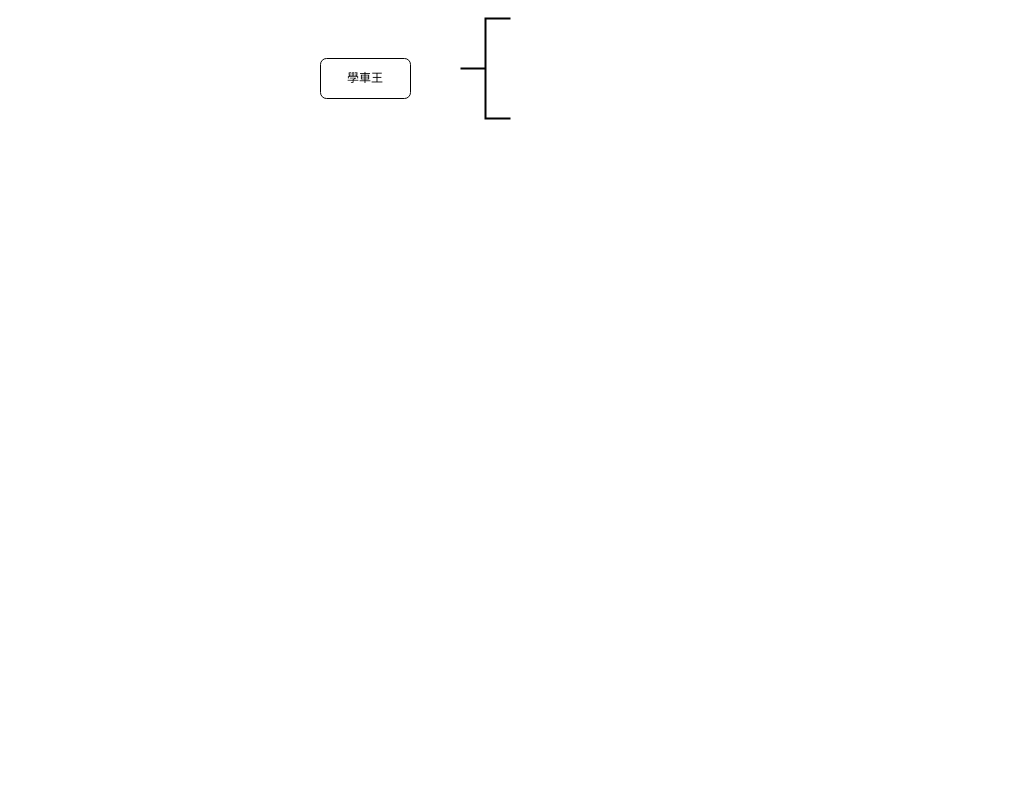
This is Lemongene.drawio from yushanzi/hello-world, a draw.io file, before an edit. Source tidied: cells renumbered, new cells numbered last; positions are measured from the earlier drawing's top-left corner, leaving out a move shared by most shapes. Both pictures are drawn from the tidied source at 100%, with x=0, y=0 at pixel (320, 18).
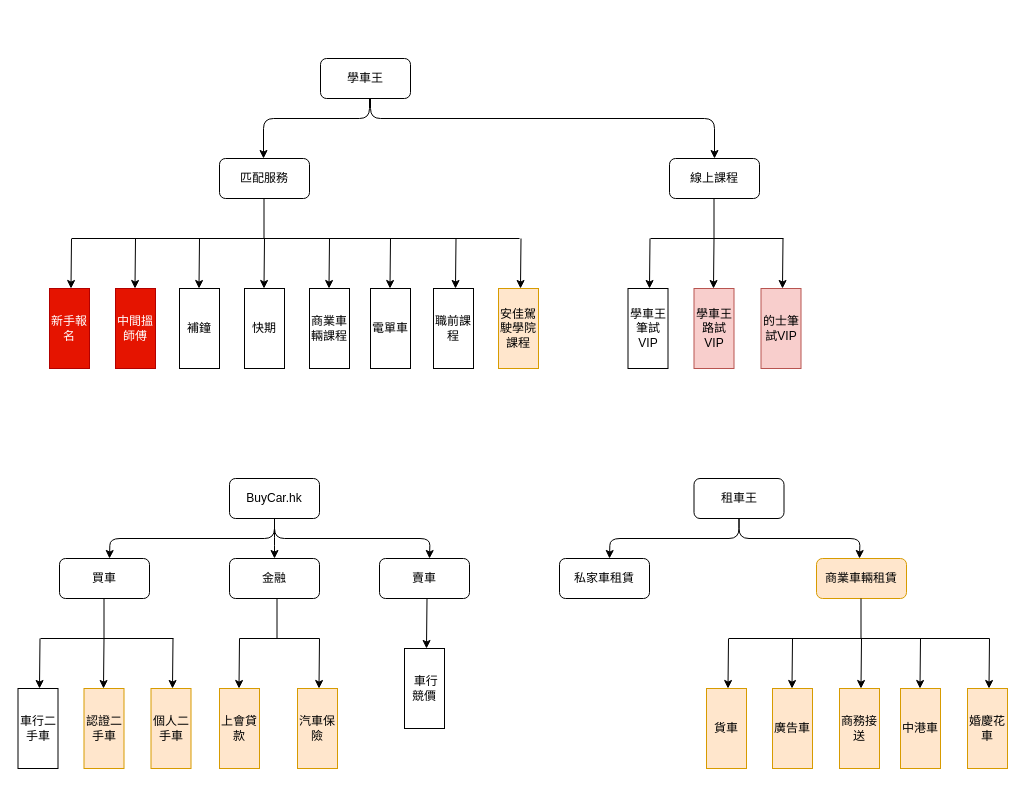
The same page after the edit.

What changed in the source:
```diff
@@
+    <mxCell id="4" style="edgeStyle=orthogonalEdgeStyle;curved=0;rounded=1;sketch=0;orthogonalLoop=1;jettySize=auto;html=1;exitX=0.5;exitY=1;exitDx=0;exitDy=0;strokeColor=#000000;" parent="1" edge="1">
+      <mxGeometry relative="1" as="geometry">
+        <mxPoint x="49" y="80" as="sourcePoint" />
+        <mxPoint x="-57" y="140" as="targetPoint" />
+        <Array as="points">
+          <mxPoint x="49" y="100" />
+          <mxPoint x="-57" y="100" />
+        </Array>
+      </mxGeometry>
+    </mxCell>
+    <mxCell id="5" style="edgeStyle=orthogonalEdgeStyle;curved=0;rounded=1;sketch=0;jettySize=auto;html=1;exitX=0.5;exitY=1;exitDx=0;exitDy=0;strokeColor=#000000;entryX=0.5;entryY=0;entryDx=0;entryDy=0;" parent="1" edge="1" target="23">
+      <mxGeometry relative="1" as="geometry">
+        <mxPoint x="50" y="80" as="sourcePoint" />
+        <Array as="points">
+          <mxPoint x="50" y="100" />
+          <mxPoint x="394" y="100" />
+        </Array>
+      </mxGeometry>
+    </mxCell>
@@
-    <mxCell id="3" style="strokeWidth=2;html=1;shape=mxgraph.flowchart.annotation_2;align=left;labelPosition=right;rotation=0;labelBackgroundColor=none;labelBorderColor=none;" parent="1" vertex="1">
-      <mxGeometry x="140" width="50" height="100" as="geometry" />
-    </mxCell>
+    <mxCell id="6" style="endArrow=none;html=1;" parent="1" edge="1">
+      <mxGeometry relative="1" as="geometry">
+        <mxPoint x="199" y="220" as="sourcePoint" />
+        <mxPoint x="-248.5" y="220" as="targetPoint" />
+      </mxGeometry>
+    </mxCell>
+    <mxCell id="7" value="新手報名" style="rounded=0;whiteSpace=wrap;html=1;shadow=0;labelBackgroundColor=none;sketch=0;direction=north;fillColor=#e51400;strokeColor=#B20000;fontColor=#ffffff;" parent="1" vertex="1">
+      <mxGeometry x="-271" y="270" width="40" height="80" as="geometry" />
+    </mxCell>
+    <mxCell id="8" value="中間搵師傅" style="rounded=0;whiteSpace=wrap;html=1;shadow=0;labelBackgroundColor=none;sketch=0;direction=north;fillColor=#e51400;strokeColor=#B20000;fontColor=#ffffff;" parent="1" vertex="1">
+      <mxGeometry x="-205" y="270" width="40" height="80" as="geometry" />
+    </mxCell>
+    <mxCell id="9" value="補鐘" style="rounded=0;whiteSpace=wrap;html=1;shadow=0;labelBackgroundColor=none;sketch=0;direction=north;" parent="1" vertex="1">
+      <mxGeometry x="-141" y="270" width="40" height="80" as="geometry" />
+    </mxCell>
+    <mxCell id="10" value="快期" style="rounded=0;whiteSpace=wrap;html=1;shadow=0;labelBackgroundColor=none;sketch=0;direction=north;" parent="1" vertex="1">
+      <mxGeometry x="-76" y="270" width="40" height="80" as="geometry" />
+    </mxCell>
+    <mxCell id="11" value="職前課程" style="rounded=0;whiteSpace=wrap;html=1;shadow=0;labelBackgroundColor=none;sketch=0;direction=north;" parent="1" vertex="1">
+      <mxGeometry x="113" y="270" width="40" height="80" as="geometry" />
+    </mxCell>
+    <mxCell id="12" value="商業車輛課程" style="rounded=0;whiteSpace=wrap;html=1;shadow=0;labelBackgroundColor=none;sketch=0;direction=north;" parent="1" vertex="1">
+      <mxGeometry x="-11" y="270" width="40" height="80" as="geometry" />
+    </mxCell>
+    <mxCell id="13" value="電單車" style="rounded=0;whiteSpace=wrap;html=1;shadow=0;labelBackgroundColor=none;sketch=0;direction=north;" parent="1" vertex="1">
+      <mxGeometry x="50" y="270" width="40" height="80" as="geometry" />
+    </mxCell>
+    <mxCell id="14" style="edgeStyle=none;rounded=0;orthogonalLoop=1;jettySize=auto;html=1;" parent="1" edge="1">
+      <mxGeometry relative="1" as="geometry">
+        <mxPoint x="-249" y="220" as="sourcePoint" />
+        <mxPoint x="-249.5" y="270" as="targetPoint" />
+      </mxGeometry>
+    </mxCell>
+    <mxCell id="15" style="edgeStyle=none;rounded=0;orthogonalLoop=1;jettySize=auto;html=1;" parent="1" edge="1">
+      <mxGeometry relative="1" as="geometry">
+        <mxPoint x="-185" y="220" as="sourcePoint" />
+        <mxPoint x="-185.5" y="270" as="targetPoint" />
+      </mxGeometry>
+    </mxCell>
+    <mxCell id="16" style="edgeStyle=none;rounded=0;orthogonalLoop=1;jettySize=auto;html=1;" parent="1" edge="1">
+      <mxGeometry relative="1" as="geometry">
+        <mxPoint x="-121" y="220" as="sourcePoint" />
+        <mxPoint x="-121.5" y="270" as="targetPoint" />
+      </mxGeometry>
+    </mxCell>
+    <mxCell id="17" style="edgeStyle=none;rounded=0;orthogonalLoop=1;jettySize=auto;html=1;" parent="1" edge="1">
+      <mxGeometry relative="1" as="geometry">
+        <mxPoint x="-56" y="220" as="sourcePoint" />
+        <mxPoint x="-56.5" y="270" as="targetPoint" />
+      </mxGeometry>
+    </mxCell>
+    <mxCell id="18" style="edgeStyle=none;rounded=0;orthogonalLoop=1;jettySize=auto;html=1;" parent="1" edge="1">
+      <mxGeometry relative="1" as="geometry">
+        <mxPoint x="9" y="220" as="sourcePoint" />
+        <mxPoint x="8.5" y="270" as="targetPoint" />
+      </mxGeometry>
+    </mxCell>
+    <mxCell id="19" style="edgeStyle=none;rounded=0;orthogonalLoop=1;jettySize=auto;html=1;" parent="1" edge="1">
+      <mxGeometry relative="1" as="geometry">
+        <mxPoint x="70" y="220" as="sourcePoint" />
+        <mxPoint x="69.5" y="270" as="targetPoint" />
+      </mxGeometry>
+    </mxCell>
+    <mxCell id="20" style="edgeStyle=none;rounded=0;orthogonalLoop=1;jettySize=auto;html=1;" parent="1" edge="1">
+      <mxGeometry relative="1" as="geometry">
+        <mxPoint x="135.5" y="220" as="sourcePoint" />
+        <mxPoint x="135" y="270" as="targetPoint" />
+      </mxGeometry>
+    </mxCell>
+    <mxCell id="21" value="匹配服務" style="rounded=1;whiteSpace=wrap;html=1;" parent="1" vertex="1">
+      <mxGeometry x="-101" y="140" width="90" height="40" as="geometry" />
+    </mxCell>
+    <mxCell id="22" style="endArrow=none;html=1;strokeColor=#000000;" parent="1" edge="1">
+      <mxGeometry relative="1" as="geometry">
+        <mxPoint x="-56.5" y="220" as="sourcePoint" />
+        <mxPoint x="-56.5" y="180" as="targetPoint" />
+      </mxGeometry>
+    </mxCell>
+    <mxCell id="23" value="線上課程" style="rounded=1;whiteSpace=wrap;html=1;" parent="1" vertex="1">
+      <mxGeometry x="349" y="140" width="90" height="40" as="geometry" />
+    </mxCell>
+    <mxCell id="24" style="endArrow=none;html=1;" parent="1" edge="1">
+      <mxGeometry relative="1" as="geometry">
+        <mxPoint x="463" y="220" as="sourcePoint" />
+        <mxPoint x="330" y="220" as="targetPoint" />
+      </mxGeometry>
+    </mxCell>
+    <mxCell id="25" style="endArrow=none;html=1;strokeColor=#000000;" parent="1" edge="1">
+      <mxGeometry relative="1" as="geometry">
+        <mxPoint x="393.5" y="220" as="sourcePoint" />
+        <mxPoint x="393.5" y="180" as="targetPoint" />
+      </mxGeometry>
+    </mxCell>
+    <mxCell id="26" value="學車王筆試VIP" style="rounded=0;whiteSpace=wrap;html=1;shadow=0;labelBackgroundColor=none;sketch=0;direction=north;" parent="1" vertex="1">
+      <mxGeometry x="307.5" y="270" width="40" height="80" as="geometry" />
+    </mxCell>
+    <mxCell id="27" value="學車王路試VIP" style="rounded=0;whiteSpace=wrap;html=1;shadow=0;labelBackgroundColor=none;sketch=0;direction=north;fillColor=#f8cecc;strokeColor=#b85450;" parent="1" vertex="1">
+      <mxGeometry x="373.5" y="270" width="40" height="80" as="geometry" />
+    </mxCell>
+    <mxCell id="28" style="edgeStyle=none;rounded=0;orthogonalLoop=1;jettySize=auto;html=1;" parent="1" edge="1">
+      <mxGeometry relative="1" as="geometry">
+        <mxPoint x="329.5" y="220" as="sourcePoint" />
+        <mxPoint x="329" y="270" as="targetPoint" />
+      </mxGeometry>
+    </mxCell>
+    <mxCell id="29" style="edgeStyle=none;rounded=0;orthogonalLoop=1;jettySize=auto;html=1;" parent="1" edge="1">
+      <mxGeometry relative="1" as="geometry">
+        <mxPoint x="393.5" y="220" as="sourcePoint" />
+        <mxPoint x="393" y="270" as="targetPoint" />
+      </mxGeometry>
+    </mxCell>
+    <mxCell id="30" value="的士筆試VIP" style="rounded=0;whiteSpace=wrap;html=1;shadow=0;labelBackgroundColor=none;sketch=0;direction=north;fillColor=#f8cecc;strokeColor=#b85450;" parent="1" vertex="1">
+      <mxGeometry x="440.5" y="270" width="40" height="80" as="geometry" />
+    </mxCell>
+    <mxCell id="31" style="edgeStyle=none;rounded=0;orthogonalLoop=1;jettySize=auto;html=1;" parent="1" edge="1">
+      <mxGeometry relative="1" as="geometry">
+        <mxPoint x="462.5" y="220" as="sourcePoint" />
+        <mxPoint x="462" y="270" as="targetPoint" />
+      </mxGeometry>
+    </mxCell>
+    <mxCell id="32" value="安佳駕駛學院課程" style="rounded=0;whiteSpace=wrap;html=1;shadow=0;labelBackgroundColor=none;sketch=0;direction=north;fillColor=#ffe6cc;strokeColor=#d79b00;" parent="1" vertex="1">
+      <mxGeometry x="178" y="270" width="40" height="80" as="geometry" />
+    </mxCell>
+    <mxCell id="33" style="edgeStyle=none;rounded=0;orthogonalLoop=1;jettySize=auto;html=1;" parent="1" edge="1">
+      <mxGeometry relative="1" as="geometry">
+        <mxPoint x="200.5" y="220" as="sourcePoint" />
+        <mxPoint x="200" y="270" as="targetPoint" />
+      </mxGeometry>
+    </mxCell>
+    <mxCell id="34" style="edgeStyle=orthogonalEdgeStyle;curved=0;rounded=1;sketch=0;jettySize=auto;html=1;exitX=0.5;exitY=1;exitDx=0;exitDy=0;strokeColor=#000000;" parent="1" edge="1" source="37">
+      <mxGeometry relative="1" as="geometry">
+        <mxPoint x="-211" y="540" as="targetPoint" />
+      </mxGeometry>
+    </mxCell>
+    <mxCell id="35" style="edgeStyle=orthogonalEdgeStyle;curved=0;rounded=1;sketch=0;jettySize=auto;html=1;exitX=0.5;exitY=1;exitDx=0;exitDy=0;strokeColor=#000000;" parent="1" edge="1" source="37">
+      <mxGeometry relative="1" as="geometry">
+        <mxPoint x="109" y="540" as="targetPoint" />
+      </mxGeometry>
+    </mxCell>
+    <mxCell id="36" style="edgeStyle=orthogonalEdgeStyle;curved=0;rounded=1;sketch=0;jettySize=auto;html=1;exitX=0.5;exitY=1;exitDx=0;exitDy=0;strokeColor=#000000;" parent="1" edge="1" source="37">
+      <mxGeometry relative="1" as="geometry">
+        <mxPoint x="-46" y="540" as="targetPoint" />
+      </mxGeometry>
+    </mxCell>
+    <mxCell id="37" value="BuyCar.hk" style="rounded=1;whiteSpace=wrap;html=1;" parent="1" vertex="1">
+      <mxGeometry x="-91" y="460" width="90" height="40" as="geometry" />
+    </mxCell>
+    <mxCell id="38" value="買車" style="rounded=1;whiteSpace=wrap;html=1;" parent="1" vertex="1">
+      <mxGeometry x="-261" y="540" width="90" height="40" as="geometry" />
+    </mxCell>
+    <mxCell id="39" value="賣車" style="rounded=1;whiteSpace=wrap;html=1;" parent="1" vertex="1">
+      <mxGeometry x="59" y="540" width="90" height="40" as="geometry" />
+    </mxCell>
+    <mxCell id="40" value="&amp;nbsp;車行競價" style="rounded=0;whiteSpace=wrap;html=1;shadow=0;labelBackgroundColor=none;sketch=0;direction=north;" parent="1" vertex="1">
+      <mxGeometry x="84" y="630" width="40" height="80" as="geometry" />
+    </mxCell>
+    <mxCell id="41" style="edgeStyle=none;rounded=0;orthogonalLoop=1;jettySize=auto;html=1;" parent="1" edge="1">
+      <mxGeometry relative="1" as="geometry">
+        <mxPoint x="106.5" y="580" as="sourcePoint" />
+        <mxPoint x="106" y="630" as="targetPoint" />
+      </mxGeometry>
+    </mxCell>
+    <mxCell id="42" style="edgeStyle=orthogonalEdgeStyle;curved=0;rounded=1;sketch=0;jettySize=auto;html=1;exitX=0.5;exitY=1;exitDx=0;exitDy=0;strokeColor=#000000;" parent="1" edge="1" source="44">
+      <mxGeometry relative="1" as="geometry">
+        <mxPoint x="289" y="540" as="targetPoint" />
+      </mxGeometry>
+    </mxCell>
+    <mxCell id="43" style="edgeStyle=orthogonalEdgeStyle;curved=0;rounded=1;sketch=0;jettySize=auto;html=1;exitX=0.5;exitY=1;exitDx=0;exitDy=0;strokeColor=#000000;" parent="1" edge="1" source="44">
+      <mxGeometry relative="1" as="geometry">
+        <mxPoint x="539" y="540" as="targetPoint" />
+      </mxGeometry>
+    </mxCell>
+    <mxCell id="44" value="租車王" style="rounded=1;whiteSpace=wrap;html=1;" parent="1" vertex="1">
+      <mxGeometry x="373.5" y="460" width="90" height="40" as="geometry" />
+    </mxCell>
+    <mxCell id="45" value="私家車租賃" style="rounded=1;whiteSpace=wrap;html=1;" parent="1" vertex="1">
+      <mxGeometry x="239" y="540" width="90" height="40" as="geometry" />
+    </mxCell>
+    <mxCell id="46" value="商業車輛租賃" style="rounded=1;whiteSpace=wrap;html=1;fillColor=#ffe6cc;strokeColor=#d79b00;" parent="1" vertex="1">
+      <mxGeometry x="496" y="540" width="90" height="40" as="geometry" />
+    </mxCell>
+    <mxCell id="47" style="endArrow=none;html=1;" parent="1" edge="1">
+      <mxGeometry relative="1" as="geometry">
+        <mxPoint x="669" y="620" as="sourcePoint" />
+        <mxPoint x="408.5" y="620" as="targetPoint" />
+      </mxGeometry>
+    </mxCell>
+    <mxCell id="48" style="endArrow=none;html=1;strokeColor=#000000;" parent="1" edge="1">
+      <mxGeometry relative="1" as="geometry">
+        <mxPoint x="540.5" y="620" as="sourcePoint" />
+        <mxPoint x="540.5" y="580" as="targetPoint" />
+      </mxGeometry>
+    </mxCell>
+    <mxCell id="49" value="貨車" style="rounded=0;whiteSpace=wrap;html=1;shadow=0;labelBackgroundColor=none;sketch=0;direction=north;fillColor=#ffe6cc;strokeColor=#d79b00;" parent="1" vertex="1">
+      <mxGeometry x="386" y="670" width="40" height="80" as="geometry" />
+    </mxCell>
+    <mxCell id="50" value="廣告車" style="rounded=0;whiteSpace=wrap;html=1;shadow=0;labelBackgroundColor=none;sketch=0;direction=north;fillColor=#ffe6cc;strokeColor=#d79b00;" parent="1" vertex="1">
+      <mxGeometry x="452" y="670" width="40" height="80" as="geometry" />
+    </mxCell>
+    <mxCell id="51" style="edgeStyle=none;rounded=0;orthogonalLoop=1;jettySize=auto;html=1;" parent="1" edge="1">
+      <mxGeometry relative="1" as="geometry">
+        <mxPoint x="408" y="620" as="sourcePoint" />
+        <mxPoint x="407.5" y="670" as="targetPoint" />
+      </mxGeometry>
+    </mxCell>
+    <mxCell id="52" style="edgeStyle=none;rounded=0;orthogonalLoop=1;jettySize=auto;html=1;" parent="1" edge="1">
+      <mxGeometry relative="1" as="geometry">
+        <mxPoint x="472" y="620" as="sourcePoint" />
+        <mxPoint x="471.5" y="670" as="targetPoint" />
+      </mxGeometry>
+    </mxCell>
+    <mxCell id="53" value="商務接送" style="rounded=0;whiteSpace=wrap;html=1;shadow=0;labelBackgroundColor=none;sketch=0;direction=north;fillColor=#ffe6cc;strokeColor=#d79b00;" parent="1" vertex="1">
+      <mxGeometry x="519" y="670" width="40" height="80" as="geometry" />
+    </mxCell>
+    <mxCell id="54" style="edgeStyle=none;rounded=0;orthogonalLoop=1;jettySize=auto;html=1;" parent="1" edge="1">
+      <mxGeometry relative="1" as="geometry">
+        <mxPoint x="541" y="620" as="sourcePoint" />
+        <mxPoint x="540.5" y="670" as="targetPoint" />
+      </mxGeometry>
+    </mxCell>
+    <mxCell id="55" value="中港車" style="rounded=0;whiteSpace=wrap;html=1;shadow=0;labelBackgroundColor=none;sketch=0;direction=north;fillColor=#ffe6cc;strokeColor=#d79b00;" parent="1" vertex="1">
+      <mxGeometry x="580" y="670" width="40" height="80" as="geometry" />
+    </mxCell>
+    <mxCell id="56" style="edgeStyle=none;rounded=0;orthogonalLoop=1;jettySize=auto;html=1;" parent="1" edge="1">
+      <mxGeometry relative="1" as="geometry">
+        <mxPoint x="600" y="620" as="sourcePoint" />
+        <mxPoint x="599.5" y="670" as="targetPoint" />
+      </mxGeometry>
+    </mxCell>
+    <mxCell id="57" value="婚慶花車" style="rounded=0;whiteSpace=wrap;html=1;shadow=0;labelBackgroundColor=none;sketch=0;direction=north;fillColor=#ffe6cc;strokeColor=#d79b00;" parent="1" vertex="1">
+      <mxGeometry x="647" y="670" width="40" height="80" as="geometry" />
+    </mxCell>
+    <mxCell id="58" style="edgeStyle=none;rounded=0;orthogonalLoop=1;jettySize=auto;html=1;" parent="1" edge="1">
+      <mxGeometry relative="1" as="geometry">
+        <mxPoint x="669" y="620" as="sourcePoint" />
+        <mxPoint x="668.5" y="670" as="targetPoint" />
+      </mxGeometry>
+    </mxCell>
+    <mxCell id="59" style="endArrow=none;html=1;" parent="1" edge="1">
+      <mxGeometry relative="1" as="geometry">
+        <mxPoint x="-147" y="620" as="sourcePoint" />
+        <mxPoint x="-280" y="620" as="targetPoint" />
+      </mxGeometry>
+    </mxCell>
+    <mxCell id="60" style="endArrow=none;html=1;strokeColor=#000000;" parent="1" edge="1">
+      <mxGeometry relative="1" as="geometry">
+        <mxPoint x="-216.5" y="620" as="sourcePoint" />
+        <mxPoint x="-216.5" y="580" as="targetPoint" />
+      </mxGeometry>
+    </mxCell>
+    <mxCell id="61" value="車行二手車" style="rounded=0;whiteSpace=wrap;html=1;shadow=0;labelBackgroundColor=none;sketch=0;direction=north;" parent="1" vertex="1">
+      <mxGeometry x="-302.5" y="670" width="40" height="80" as="geometry" />
+    </mxCell>
+    <mxCell id="62" value="認證二手車" style="rounded=0;whiteSpace=wrap;html=1;shadow=0;labelBackgroundColor=none;sketch=0;direction=north;fillColor=#ffe6cc;strokeColor=#d79b00;" parent="1" vertex="1">
+      <mxGeometry x="-236.5" y="670" width="40" height="80" as="geometry" />
+    </mxCell>
+    <mxCell id="63" style="edgeStyle=none;rounded=0;orthogonalLoop=1;jettySize=auto;html=1;" parent="1" edge="1">
+      <mxGeometry relative="1" as="geometry">
+        <mxPoint x="-280.5" y="620" as="sourcePoint" />
+        <mxPoint x="-281" y="670" as="targetPoint" />
+      </mxGeometry>
+    </mxCell>
+    <mxCell id="64" style="edgeStyle=none;rounded=0;orthogonalLoop=1;jettySize=auto;html=1;" parent="1" edge="1">
+      <mxGeometry relative="1" as="geometry">
+        <mxPoint x="-216.5" y="620" as="sourcePoint" />
+        <mxPoint x="-217" y="670" as="targetPoint" />
+      </mxGeometry>
+    </mxCell>
+    <mxCell id="65" value="個人二手車" style="rounded=0;whiteSpace=wrap;html=1;shadow=0;labelBackgroundColor=none;sketch=0;direction=north;fillColor=#ffe6cc;strokeColor=#d79b00;" parent="1" vertex="1">
+      <mxGeometry x="-169.5" y="670" width="40" height="80" as="geometry" />
+    </mxCell>
+    <mxCell id="66" style="edgeStyle=none;rounded=0;orthogonalLoop=1;jettySize=auto;html=1;" parent="1" edge="1">
+      <mxGeometry relative="1" as="geometry">
+        <mxPoint x="-147.5" y="620" as="sourcePoint" />
+        <mxPoint x="-148" y="670" as="targetPoint" />
+      </mxGeometry>
+    </mxCell>
+    <mxCell id="67" value="金融" style="rounded=1;whiteSpace=wrap;html=1;" parent="1" vertex="1">
+      <mxGeometry x="-91" y="540" width="90" height="40" as="geometry" />
+    </mxCell>
+    <mxCell id="68" style="endArrow=none;html=1;" parent="1" edge="1">
+      <mxGeometry relative="1" as="geometry">
+        <mxPoint x="-1" y="620" as="sourcePoint" />
+        <mxPoint x="-81" y="620" as="targetPoint" />
+      </mxGeometry>
+    </mxCell>
+    <mxCell id="69" style="endArrow=none;html=1;strokeColor=#000000;" parent="1" edge="1">
+      <mxGeometry relative="1" as="geometry">
+        <mxPoint x="-43.5" y="620" as="sourcePoint" />
+        <mxPoint x="-43.5" y="580" as="targetPoint" />
+      </mxGeometry>
+    </mxCell>
+    <mxCell id="70" value="上會貸款" style="rounded=0;whiteSpace=wrap;html=1;shadow=0;labelBackgroundColor=none;sketch=0;direction=north;fillColor=#ffe6cc;strokeColor=#d79b00;" parent="1" vertex="1">
+      <mxGeometry x="-101" y="670" width="40" height="80" as="geometry" />
+    </mxCell>
+    <mxCell id="71" style="edgeStyle=none;rounded=0;orthogonalLoop=1;jettySize=auto;html=1;" parent="1" edge="1">
+      <mxGeometry relative="1" as="geometry">
+        <mxPoint x="-81" y="620" as="sourcePoint" />
+        <mxPoint x="-81.5" y="670" as="targetPoint" />
+      </mxGeometry>
+    </mxCell>
+    <mxCell id="72" value="汽車保險" style="rounded=0;whiteSpace=wrap;html=1;shadow=0;labelBackgroundColor=none;sketch=0;direction=north;fillColor=#ffe6cc;strokeColor=#d79b00;" parent="1" vertex="1">
+      <mxGeometry x="-23" y="670" width="40" height="80" as="geometry" />
+    </mxCell>
+    <mxCell id="73" style="edgeStyle=none;rounded=0;orthogonalLoop=1;jettySize=auto;html=1;" parent="1" edge="1">
+      <mxGeometry relative="1" as="geometry">
+        <mxPoint x="-1" y="620" as="sourcePoint" />
+        <mxPoint x="-1.5" y="670" as="targetPoint" />
+      </mxGeometry>
+    </mxCell>
```
